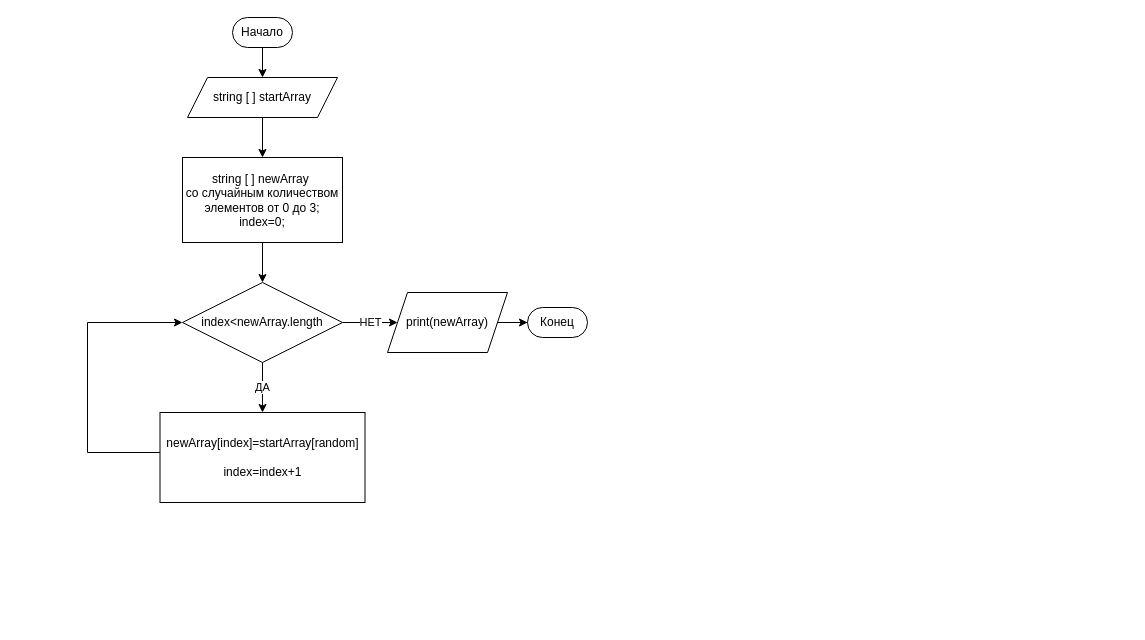
Earlier version of the draw.io diagram Блок-схема.drawio (ruliaga/final_Task). Source tidied: cells renumbered, new cells numbered last; positions are measured from the earlier drawing's top-left corner, leaving out a move shared by most shapes. Both pictures are drawn from the tidied source at 100%, with x=0, y=0 at pixel (87, 17).
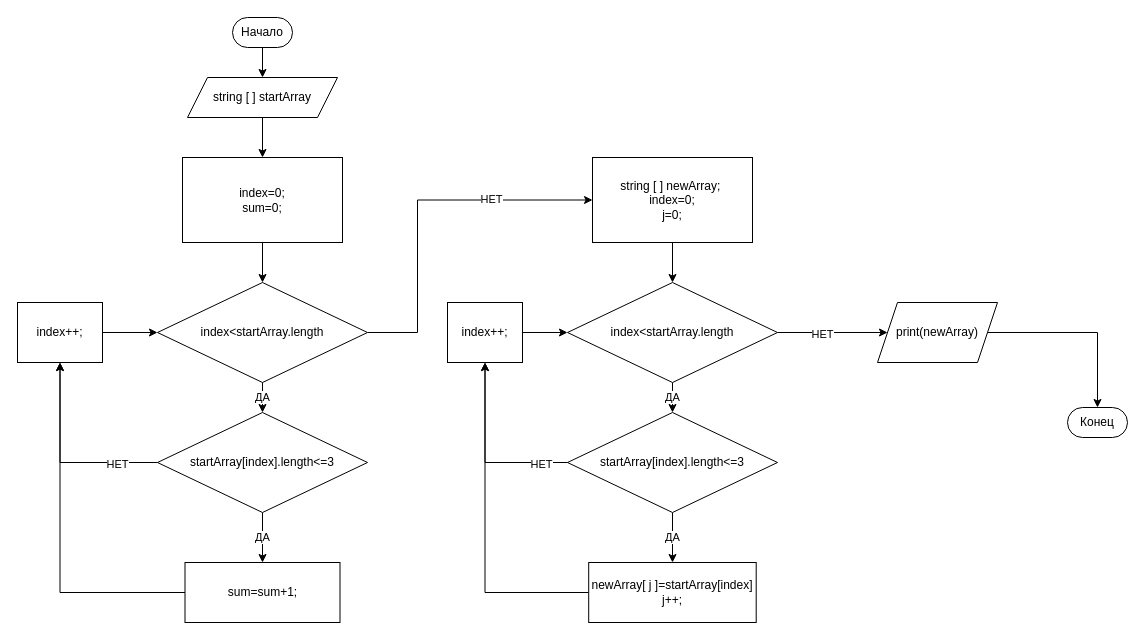
The same page after the edit.

What changed in the source:
```diff
@@
-    <mxCell id="7" value="string [ ] newArray&amp;nbsp;&lt;br&gt;со случайным количеством элементов от 0 до 3;&lt;br&gt;index=0;" style="rounded=0;whiteSpace=wrap;html=1;" parent="1" vertex="1">
+    <mxCell id="7" value="index=0;&lt;br&gt;sum=0;" style="rounded=0;whiteSpace=wrap;html=1;" parent="1" vertex="1">
       <mxGeometry x="95" y="140" width="160" height="85" as="geometry" />
     </mxCell>
-    <mxCell id="8" value="ДА" style="edgeStyle=orthogonalEdgeStyle;rounded=0;jettySize=auto;html=1;" parent="1" edge="1" source="10" target="12">
-      <mxGeometry relative="1" as="geometry" />
-    </mxCell>
-    <mxCell id="9" value="НЕТ" style="edgeStyle=orthogonalEdgeStyle;rounded=0;jettySize=auto;html=1;" parent="1" edge="1" source="10" target="14">
-      <mxGeometry relative="1" as="geometry" />
-    </mxCell>
+    <mxCell id="16" value="ДА" style="edgeStyle=orthogonalEdgeStyle;rounded=0;jettySize=auto;html=1;" parent="1" edge="1" source="10" target="29">
+      <mxGeometry relative="1" as="geometry" />
+    </mxCell>
+    <mxCell id="17" style="edgeStyle=orthogonalEdgeStyle;rounded=0;jettySize=auto;html=1;entryX=0;entryY=0.5;entryDx=0;entryDy=0;" parent="1" edge="1" source="10" target="25">
+      <mxGeometry relative="1" as="geometry">
+        <Array as="points">
+          <mxPoint x="330" y="315" />
+          <mxPoint x="330" y="183" />
+        </Array>
+      </mxGeometry>
+    </mxCell>
+    <mxCell id="18" value="НЕТ" style="edgeLabel;html=1;align=center;verticalAlign=middle;" parent="17" vertex="1">
+      <mxGeometry x="0.43" y="1" relative="1" as="geometry" />
+    </mxCell>
-    <mxCell id="10" value="index&amp;lt;newArray.length" style="rhombus;whiteSpace=wrap;html=1;" parent="1" vertex="1">
-      <mxGeometry x="95" y="265" width="160" height="80" as="geometry" />
+    <mxCell id="10" value="index&amp;lt;startArray.length" style="rhombus;whiteSpace=wrap;html=1;" parent="1" vertex="1">
+      <mxGeometry x="70" y="265" width="210" height="100" as="geometry" />
     </mxCell>
-    <mxCell id="11" style="edgeStyle=orthogonalEdgeStyle;rounded=0;jettySize=auto;html=1;entryX=0;entryY=0.5;entryDx=0;entryDy=0;" parent="1" edge="1" source="12" target="10">
-      <mxGeometry relative="1" as="geometry">
-        <Array as="points">
-          <mxPoint y="435" />
-          <mxPoint y="305" />
-        </Array>
-      </mxGeometry>
-    </mxCell>
+    <mxCell id="19" style="edgeStyle=orthogonalEdgeStyle;rounded=0;jettySize=auto;html=1;entryX=0.5;entryY=1;entryDx=0;entryDy=0;" parent="1" edge="1" source="12" target="31">
+      <mxGeometry relative="1" as="geometry" />
+    </mxCell>
-    <mxCell id="12" value="newArray[index]=startArray[random]&lt;br&gt;&lt;br&gt;index=index+1" style="rounded=0;whiteSpace=wrap;html=1;" parent="1" vertex="1">
-      <mxGeometry x="72.5" y="395" width="205" height="90" as="geometry" />
+    <mxCell id="12" value="sum=sum+1;" style="rounded=0;whiteSpace=wrap;html=1;" parent="1" vertex="1">
+      <mxGeometry x="97.5" y="545" width="155" height="60" as="geometry" />
     </mxCell>
@@
     <mxCell id="14" value="print(newArray)" style="shape=parallelogram;perimeter=parallelogramPerimeter;whiteSpace=wrap;html=1;fixedSize=1;" parent="1" vertex="1">
-      <mxGeometry x="300" y="275" width="120" height="60" as="geometry" />
+      <mxGeometry x="790" y="285" width="120" height="60" as="geometry" />
     </mxCell>
     <mxCell id="15" value="Конец" style="rounded=1;whiteSpace=wrap;html=1;arcSize=50;" parent="1" vertex="1">
-      <mxGeometry x="440" y="290" width="60" height="30" as="geometry" />
+      <mxGeometry x="980" y="390" width="60" height="30" as="geometry" />
     </mxCell>
+    <mxCell id="20" value="ДА" style="edgeStyle=orthogonalEdgeStyle;rounded=0;jettySize=auto;html=1;" parent="1" edge="1" source="23" target="35">
+      <mxGeometry relative="1" as="geometry" />
+    </mxCell>
+    <mxCell id="21" style="edgeStyle=orthogonalEdgeStyle;rounded=0;jettySize=auto;html=1;" parent="1" edge="1" source="23" target="14">
+      <mxGeometry relative="1" as="geometry" />
+    </mxCell>
+    <mxCell id="22" value="НЕТ" style="edgeLabel;html=1;align=center;verticalAlign=middle;" parent="21" vertex="1">
+      <mxGeometry x="-0.2" y="-1" relative="1" as="geometry" />
+    </mxCell>
+    <mxCell id="23" value="index&amp;lt;startArray.length" style="rhombus;whiteSpace=wrap;html=1;" parent="1" vertex="1">
+      <mxGeometry x="480" y="265" width="210" height="100" as="geometry" />
+    </mxCell>
+    <mxCell id="24" style="edgeStyle=orthogonalEdgeStyle;rounded=0;jettySize=auto;html=1;" parent="1" edge="1" source="25" target="23">
+      <mxGeometry relative="1" as="geometry" />
+    </mxCell>
+    <mxCell id="25" value="string [ ] newArray;&amp;nbsp;&lt;br&gt;index=0;&lt;br&gt;j=0;" style="rounded=0;whiteSpace=wrap;html=1;" parent="1" vertex="1">
+      <mxGeometry x="505" y="140" width="160" height="85" as="geometry" />
+    </mxCell>
+    <mxCell id="26" value="ДА" style="edgeStyle=orthogonalEdgeStyle;rounded=0;jettySize=auto;html=1;" parent="1" edge="1" source="29" target="12">
+      <mxGeometry relative="1" as="geometry" />
+    </mxCell>
+    <mxCell id="27" style="edgeStyle=orthogonalEdgeStyle;rounded=0;jettySize=auto;html=1;entryX=0.5;entryY=1;entryDx=0;entryDy=0;" parent="1" edge="1" source="29" target="31">
+      <mxGeometry relative="1" as="geometry" />
+    </mxCell>
+    <mxCell id="28" value="НЕТ" style="edgeLabel;html=1;align=center;verticalAlign=middle;" parent="27" vertex="1">
+      <mxGeometry x="-0.58" y="1" relative="1" as="geometry" />
+    </mxCell>
+    <mxCell id="29" value="startArray[index].length&amp;lt;=3" style="rhombus;whiteSpace=wrap;html=1;" parent="1" vertex="1">
+      <mxGeometry x="70" y="395" width="210" height="100" as="geometry" />
+    </mxCell>
+    <mxCell id="30" style="edgeStyle=orthogonalEdgeStyle;rounded=0;jettySize=auto;html=1;" parent="1" edge="1" source="31" target="10">
+      <mxGeometry relative="1" as="geometry" />
+    </mxCell>
+    <mxCell id="31" value="index++;" style="rounded=0;whiteSpace=wrap;html=1;" parent="1" vertex="1">
+      <mxGeometry x="-70" y="285" width="85" height="60" as="geometry" />
+    </mxCell>
+    <mxCell id="32" value="ДА" style="edgeStyle=orthogonalEdgeStyle;rounded=0;jettySize=auto;html=1;" parent="1" edge="1" source="35" target="37">
+      <mxGeometry relative="1" as="geometry" />
+    </mxCell>
+    <mxCell id="33" style="edgeStyle=orthogonalEdgeStyle;rounded=0;jettySize=auto;html=1;entryX=0.5;entryY=1;entryDx=0;entryDy=0;" parent="1" edge="1" source="35" target="39">
+      <mxGeometry relative="1" as="geometry" />
+    </mxCell>
+    <mxCell id="34" value="НЕТ" style="edgeLabel;html=1;align=center;verticalAlign=middle;" parent="33" vertex="1">
+      <mxGeometry x="-0.7" y="1" relative="1" as="geometry" />
+    </mxCell>
+    <mxCell id="35" value="startArray[index].length&amp;lt;=3" style="rhombus;whiteSpace=wrap;html=1;" parent="1" vertex="1">
+      <mxGeometry x="480" y="395" width="210" height="100" as="geometry" />
+    </mxCell>
+    <mxCell id="36" style="edgeStyle=orthogonalEdgeStyle;rounded=0;jettySize=auto;html=1;entryX=0.5;entryY=1;entryDx=0;entryDy=0;" parent="1" edge="1" source="37" target="39">
+      <mxGeometry relative="1" as="geometry" />
+    </mxCell>
+    <mxCell id="37" value="newArray[ j ]=startArray[index]&lt;br&gt;j++;" style="rounded=0;whiteSpace=wrap;html=1;" parent="1" vertex="1">
+      <mxGeometry x="501.2" y="545" width="167.5" height="60" as="geometry" />
+    </mxCell>
+    <mxCell id="38" style="edgeStyle=orthogonalEdgeStyle;rounded=0;jettySize=auto;html=1;" parent="1" edge="1" source="39" target="23">
+      <mxGeometry relative="1" as="geometry" />
+    </mxCell>
+    <mxCell id="39" value="index++;" style="rounded=0;whiteSpace=wrap;html=1;" parent="1" vertex="1">
+      <mxGeometry x="360" y="285" width="75" height="60" as="geometry" />
+    </mxCell>
```
